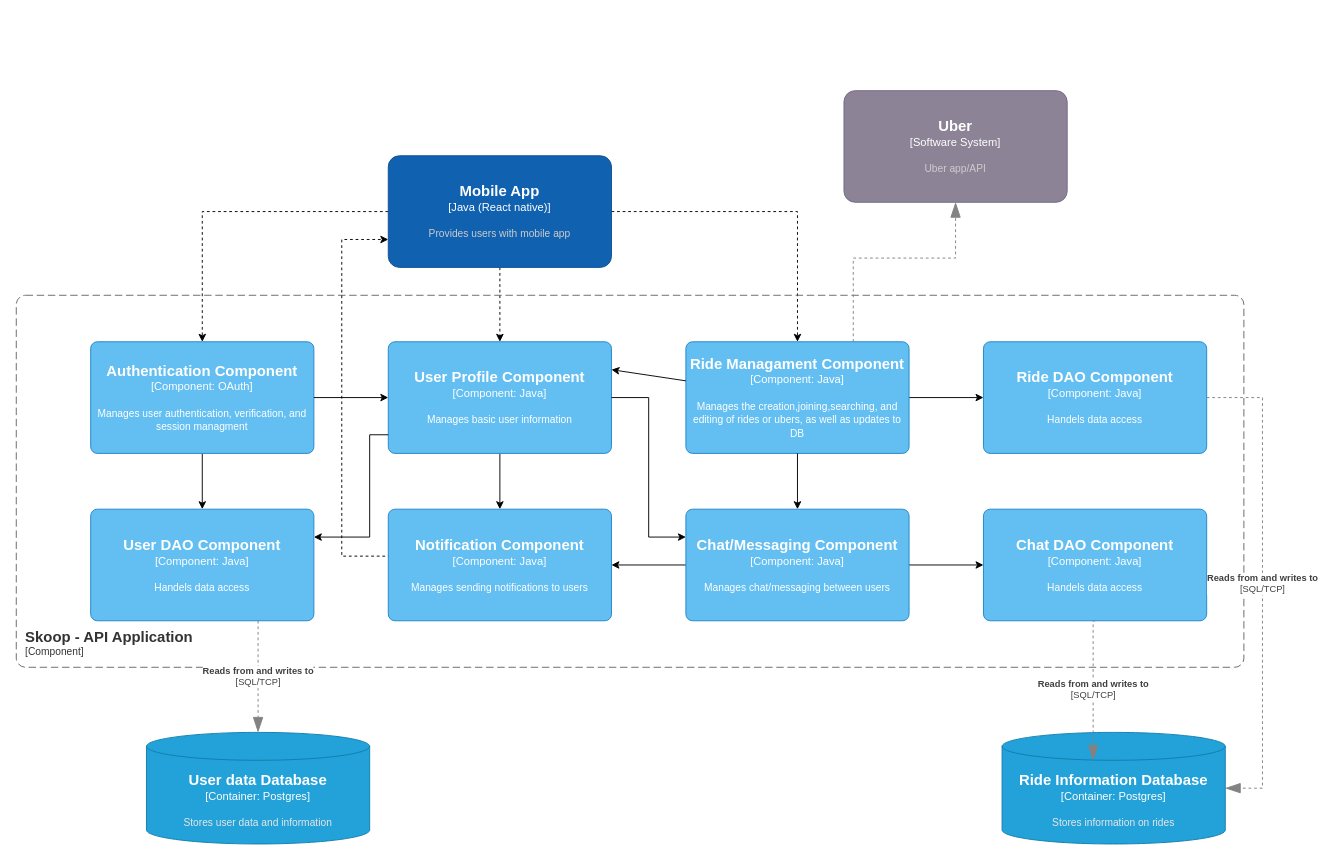
Above: page "Component Diagram" (3 of 3) of com3810/diagrams/C4/skoop-system-c4-model.drawio in MichaelKupferstein/SchoolProjects (draw.io), before the change. Source tidied: cells renumbered, new cells numbered last; positions are measured from the earlier drawing's top-left corner, leaving out a move shared by most shapes. Both pictures are drawn from the tidied source at 93%, with x=0, y=0 at pixel (16, 90).
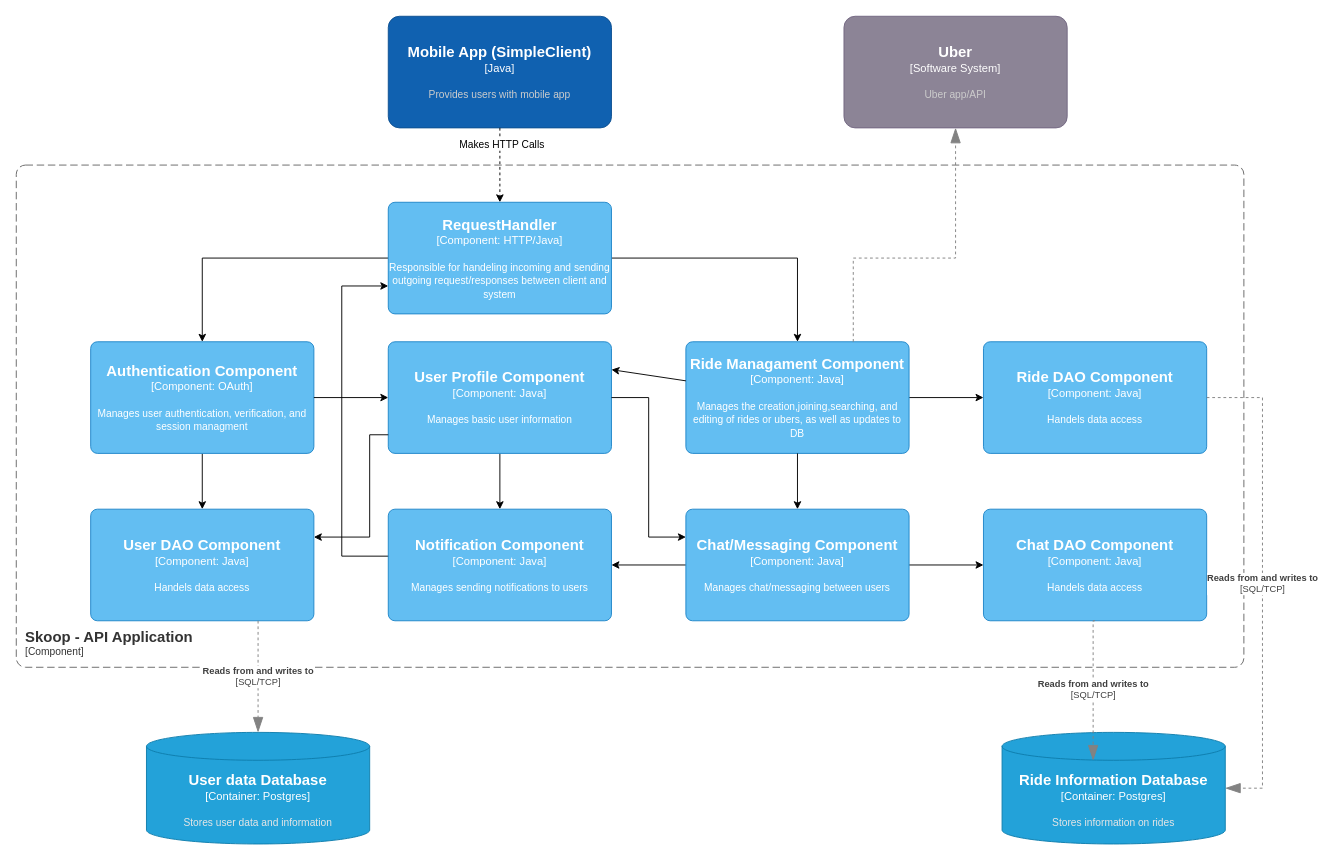
After the change.

Unchanged cells that the change refers to:
```xml
<object id="8" label="&lt;font style=&quot;font-size: 16px&quot;&gt;&lt;b&gt;%c4Name%&lt;/b&gt;&lt;/font&gt;&lt;div&gt;[%c4Type%: %c4Technology%]&lt;/div&gt;&lt;br&gt;&lt;div&gt;&lt;font style=&quot;font-size: 11px&quot;&gt;%c4Description%&lt;/font&gt;&lt;/div&gt;" c4Description="Manages user authentication, verification, and session managment" c4Name="Authentication Component" c4Technology="OAuth" c4Type="Component" placeholders="1">
  <mxCell style="rounded=1;whiteSpace=wrap;html=1;labelBackgroundColor=none;fillColor=#63BEF2;fontColor=#ffffff;align=center;arcSize=6;strokeColor=#2086C9;points=[[0.25,0,0],[0.5,0,0],[0.75,0,0],[1,0.25,0],[1,0.5,0],[1,0.75,0],[0.75,1,0],[0.5,1,0],[0.25,1,0],[0,0.75,0],[0,0.5,0],[0,0.25,0]];" parent="1" vertex="1">
    <mxGeometry x="80" y="270" width="240" height="120" as="geometry" />
  </mxCell>
</object>
<object id="10" label="&lt;font style=&quot;font-size: 16px&quot;&gt;&lt;b&gt;%c4Name%&lt;/b&gt;&lt;/font&gt;&lt;div&gt;[%c4Type%: %c4Technology%]&lt;/div&gt;&lt;br&gt;&lt;div&gt;&lt;font style=&quot;font-size: 11px&quot;&gt;%c4Description%&lt;/font&gt;&lt;/div&gt;" c4Description="Manages basic user information" c4Name="User Profile Component" c4Technology="Java" c4Type="Component" placeholders="1">
  <mxCell style="rounded=1;whiteSpace=wrap;html=1;labelBackgroundColor=none;fillColor=#63BEF2;fontColor=#ffffff;align=center;arcSize=6;strokeColor=#2086C9;points=[[0.25,0,0],[0.5,0,0],[0.75,0,0],[1,0.25,0],[1,0.5,0],[1,0.75,0],[0.75,1,0],[0.5,1,0],[0.25,1,0],[0,0.75,0],[0,0.5,0],[0,0.25,0]];" parent="1" vertex="1">
    <mxGeometry x="400" y="270" width="240" height="120" as="geometry" />
  </mxCell>
</object>
<object id="13" label="&lt;font style=&quot;font-size: 16px&quot;&gt;&lt;b&gt;%c4Name%&lt;/b&gt;&lt;/font&gt;&lt;div&gt;[%c4Type%: %c4Technology%]&lt;/div&gt;&lt;br&gt;&lt;div&gt;&lt;font style=&quot;font-size: 11px&quot;&gt;%c4Description%&lt;/font&gt;&lt;/div&gt;" c4Description="Manages the creation,joining,searching, and editing of rides or ubers, as well as updates to DB" c4Name="Ride Managament Component" c4Technology="Java" c4Type="Component" placeholders="1">
  <mxCell style="rounded=1;whiteSpace=wrap;html=1;labelBackgroundColor=none;fillColor=#63BEF2;fontColor=#ffffff;align=center;arcSize=6;strokeColor=#2086C9;points=[[0.25,0,0],[0.5,0,0],[0.75,0,0],[1,0.25,0],[1,0.5,0],[1,0.75,0],[0.75,1,0],[0.5,1,0],[0.25,1,0],[0,0.75,0],[0,0.5,0],[0,0.25,0]];" parent="1" vertex="1">
    <mxGeometry x="720" y="270" width="240" height="120" as="geometry" />
  </mxCell>
</object>
<object id="19" label="&lt;font style=&quot;font-size: 16px&quot;&gt;&lt;b&gt;%c4Name%&lt;/b&gt;&lt;/font&gt;&lt;div&gt;[%c4Type%: %c4Technology%]&lt;/div&gt;&lt;br&gt;&lt;div&gt;&lt;font style=&quot;font-size: 11px&quot;&gt;%c4Description%&lt;/font&gt;&lt;/div&gt;" c4Description="Manages sending notifications to users" c4Name="Notification Component" c4Technology="Java" c4Type="Component" placeholders="1">
  <mxCell style="rounded=1;whiteSpace=wrap;html=1;labelBackgroundColor=none;fillColor=#63BEF2;fontColor=#ffffff;align=center;arcSize=6;strokeColor=#2086C9;points=[[0.25,0,0],[0.5,0,0],[0.75,0,0],[1,0.25,0],[1,0.5,0],[1,0.75,0],[0.75,1,0],[0.5,1,0],[0.25,1,0],[0,0.75,0],[0,0.5,0],[0,0.25,0]];" parent="1" vertex="1">
    <mxGeometry x="400" y="450" width="240" height="120" as="geometry" />
  </mxCell>
</object>
```

Change to the diagram source:
```diff
@@
-    <mxCell id="2" style="edgeStyle=orthogonalEdgeStyle;rounded=0;jettySize=auto;html=1;dashed=1;" parent="1" edge="1" source="5" target="8">
+    <mxCell id="2" style="edgeStyle=orthogonalEdgeStyle;rounded=0;jettySize=auto;html=1;exitX=0;exitY=0.5;exitDx=0;exitDy=0;exitPerimeter=0;" parent="1" edge="1" source="35" target="8">
       <mxGeometry relative="1" as="geometry" />
     </mxCell>
-    <mxCell id="3" style="edgeStyle=orthogonalEdgeStyle;rounded=0;jettySize=auto;html=1;dashed=1;" parent="1" edge="1" source="5" target="10">
-      <mxGeometry relative="1" as="geometry" />
-    </mxCell>
-    <mxCell id="4" style="edgeStyle=orthogonalEdgeStyle;rounded=0;jettySize=auto;html=1;dashed=1;" parent="1" edge="1" source="5" target="13">
+    <mxCell id="4" style="edgeStyle=orthogonalEdgeStyle;rounded=0;jettySize=auto;html=1;exitX=1;exitY=0.5;exitDx=0;exitDy=0;exitPerimeter=0;" parent="1" edge="1" source="35" target="13">
       <mxGeometry relative="1" as="geometry" />
     </mxCell>
-    <object id="5" label="&lt;font style=&quot;font-size: 16px&quot;&gt;&lt;b&gt;%c4Name%&lt;/b&gt;&lt;/font&gt;&lt;div&gt;[%c4Type%]&lt;/div&gt;&lt;br&gt;&lt;div&gt;&lt;font style=&quot;font-size: 11px&quot;&gt;&lt;font color=&quot;#cccccc&quot;&gt;%c4Description%&lt;/font&gt;&lt;/div&gt;" c4Description="Provides users with mobile app" c4Name="Mobile App" c4Type="Java (React native)" placeholders="1">
+    <object id="5" label="&lt;font style=&quot;font-size: 16px&quot;&gt;&lt;b&gt;%c4Name%&lt;/b&gt;&lt;/font&gt;&lt;div&gt;[%c4Type%]&lt;/div&gt;&lt;br&gt;&lt;div&gt;&lt;font style=&quot;font-size: 11px&quot;&gt;&lt;font color=&quot;#cccccc&quot;&gt;%c4Description%&lt;/font&gt;&lt;/div&gt;" c4Description="Provides users with mobile app" c4Name="Mobile App (SimpleClient)" c4Type="Java" placeholders="1">
       <mxCell style="rounded=1;whiteSpace=wrap;html=1;labelBackgroundColor=none;fillColor=#1061B0;fontColor=#ffffff;align=center;arcSize=10;strokeColor=#0D5091;points=[[0.25,0,0],[0.5,0,0],[0.75,0,0],[1,0.25,0],[1,0.5,0],[1,0.75,0],[0.75,1,0],[0.5,1,0],[0.25,1,0],[0,0.75,0],[0,0.5,0],[0,0.25,0]];" parent="1" vertex="1">
-        <mxGeometry x="400" y="70" width="240" height="120" as="geometry" />
+        <mxGeometry x="400" y="-80" width="240" height="120" as="geometry" />
       </mxCell>
     </object>
     <object id="6" label="&lt;font style=&quot;font-size: 16px&quot;&gt;&lt;b&gt;&lt;div style=&quot;text-align: left&quot;&gt;%c4Name%&lt;/div&gt;&lt;/b&gt;&lt;/font&gt;&lt;div style=&quot;text-align: left&quot;&gt;[%c4Application%]&lt;/div&gt;" c4Application="Component" c4Name="Skoop - API Application" placeholders="1">
       <mxCell style="rounded=1;fontSize=11;whiteSpace=wrap;html=1;dashed=1;arcSize=20;fillColor=none;strokeColor=#666666;fontColor=#333333;labelBackgroundColor=none;align=left;verticalAlign=bottom;labelBorderColor=none;spacingTop=0;spacing=10;dashPattern=8 4;perimeter=rectanglePerimeter;noLabel=0;labelPadding=0;absoluteArcSize=1;" parent="1" vertex="1">
-        <mxGeometry y="220" width="1320" height="400" as="geometry" />
+        <mxGeometry y="80" width="1320" height="540" as="geometry" />
       </mxCell>
     </object>
@@
-    <mxCell id="18" style="edgeStyle=orthogonalEdgeStyle;rounded=0;jettySize=auto;html=1;entryX=0;entryY=0.75;entryDx=0;entryDy=0;entryPerimeter=0;exitX=0.011;exitY=0.421;exitDx=0;exitDy=0;exitPerimeter=0;dashed=1;" parent="1" edge="1" source="19" target="5">
+    <mxCell id="18" style="edgeStyle=orthogonalEdgeStyle;rounded=0;jettySize=auto;html=1;exitX=0.011;exitY=0.421;exitDx=0;exitDy=0;exitPerimeter=0;entryX=0;entryY=0.75;entryDx=0;entryDy=0;entryPerimeter=0;" parent="1" edge="1" source="19" target="35">
       <mxGeometry relative="1" as="geometry">
         <Array as="points">
           <mxPoint x="350" y="501" />
-          <mxPoint x="350" y="160" />
+          <mxPoint x="350" y="210" />
         </Array>
       </mxGeometry>
     </mxCell>
@@
     <object id="31" label="&lt;font style=&quot;font-size: 16px&quot;&gt;&lt;b&gt;%c4Name%&lt;/b&gt;&lt;/font&gt;&lt;div&gt;[%c4Type%]&lt;/div&gt;&lt;br&gt;&lt;div&gt;&lt;font style=&quot;font-size: 11px&quot;&gt;&lt;font color=&quot;#cccccc&quot;&gt;%c4Description%&lt;/font&gt;&lt;/div&gt;" c4Description="Uber app/API" c4Name="Uber" c4Type="Software System" placeholders="1">
       <mxCell style="rounded=1;whiteSpace=wrap;html=1;labelBackgroundColor=none;fillColor=#8C8496;fontColor=#ffffff;align=center;arcSize=10;strokeColor=#736782;points=[[0.25,0,0],[0.5,0,0],[0.75,0,0],[1,0.25,0],[1,0.5,0],[1,0.75,0],[0.75,1,0],[0.5,1,0],[0.25,1,0],[0,0.75,0],[0,0.5,0],[0,0.25,0]];" parent="1" vertex="1">
-        <mxGeometry x="890" width="240" height="120" as="geometry" />
+        <mxGeometry x="890" y="-80" width="240" height="120" as="geometry" />
       </mxCell>
     </object>
@@
+    <mxCell id="33" style="edgeStyle=orthogonalEdgeStyle;rounded=0;jettySize=auto;html=1;dashed=1;entryX=0.5;entryY=0;entryDx=0;entryDy=0;entryPerimeter=0;" parent="1" edge="1" source="5" target="35">
+      <mxGeometry relative="1" as="geometry" />
+    </mxCell>
+    <mxCell id="34" value="Makes HTTP Calls" style="edgeLabel;html=1;align=center;verticalAlign=middle;" parent="33" vertex="1">
+      <mxGeometry x="-0.55" y="1" relative="1" as="geometry">
+        <mxPoint y="-1" as="offset" />
+      </mxGeometry>
+    </mxCell>
+    <object id="35" label="&lt;font style=&quot;font-size: 16px&quot;&gt;&lt;b&gt;%c4Name%&lt;/b&gt;&lt;/font&gt;&lt;div&gt;[%c4Type%: %c4Technology%]&lt;/div&gt;&lt;br&gt;&lt;div&gt;&lt;font style=&quot;font-size: 11px&quot;&gt;%c4Description%&lt;/font&gt;&lt;/div&gt;" c4Description="Responsible for handeling incoming and sending outgoing request/responses between client and system" c4Name="RequestHandler" c4Technology="HTTP/Java" c4Type="Component" placeholders="1">
+      <mxCell style="rounded=1;whiteSpace=wrap;html=1;labelBackgroundColor=none;fillColor=#63BEF2;fontColor=#ffffff;align=center;arcSize=6;strokeColor=#2086C9;points=[[0.25,0,0],[0.5,0,0],[0.75,0,0],[1,0.25,0],[1,0.5,0],[1,0.75,0],[0.75,1,0],[0.5,1,0],[0.25,1,0],[0,0.75,0],[0,0.5,0],[0,0.25,0]];" parent="1" vertex="1">
+        <mxGeometry x="400" y="120" width="240" height="120" as="geometry" />
+      </mxCell>
+    </object>
```
